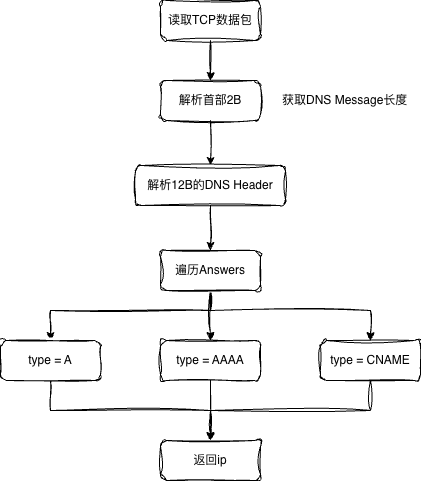
Earlier version of the draw.io export source/_posts/DNSResolver/parse_dns_resp.png (theo1893/theo1893.github.io). Source tidied: cells renumbered, new cells last; positions are measured from the earlier drawing's top-left corner, leaving out a move shared by most shapes.
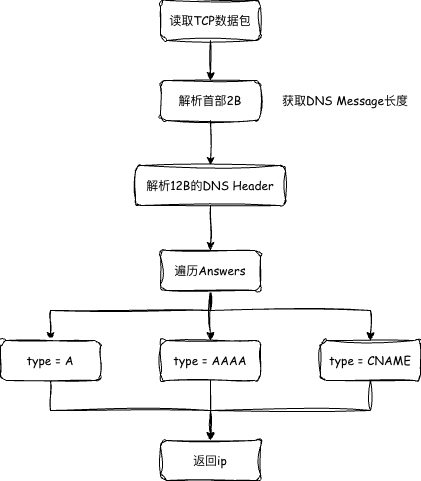
The same diagram one commit later.

Change to the diagram source:
```diff
@@ -2,28 +2,28 @@
   <root>
     <mxCell id="0" />
     <mxCell id="1" parent="0" />
-    <mxCell id="2" value="读取TCP数据包" style="rounded=1;whiteSpace=wrap;html=1;sketch=1;curveFitting=1;jiggle=2;" parent="1" vertex="1">
+    <mxCell id="2" value="读取TCP数据包" style="rounded=1;whiteSpace=wrap;html=1;sketch=1;curveFitting=1;jiggle=2;fontFamily=Comic Sans MS;" parent="1" vertex="1">
       <mxGeometry x="160" width="100" height="40" as="geometry" />
     </mxCell>
-    <mxCell id="3" value="解析首部2B" style="rounded=1;whiteSpace=wrap;html=1;sketch=1;curveFitting=1;jiggle=2;" parent="1" vertex="1">
+    <mxCell id="3" value="解析首部2B" style="rounded=1;whiteSpace=wrap;html=1;sketch=1;curveFitting=1;jiggle=2;fontFamily=Comic Sans MS;" parent="1" vertex="1">
       <mxGeometry x="160" y="80" width="100" height="40" as="geometry" />
     </mxCell>
-    <mxCell id="4" value="获取DNS Message长度" style="text;html=1;whiteSpace=wrap;strokeColor=none;fillColor=none;align=left;verticalAlign=middle;rounded=0;fontFamily=Helvetica;fontSize=12;fontColor=default;labelBackgroundColor=default;" parent="1" vertex="1">
+    <mxCell id="4" value="获取DNS Message长度" style="text;html=1;whiteSpace=wrap;strokeColor=none;fillColor=none;align=left;verticalAlign=middle;rounded=0;fontFamily=Comic Sans MS;fontSize=12;fontColor=default;labelBackgroundColor=default;" parent="1" vertex="1">
       <mxGeometry x="280" y="85" width="140" height="30" as="geometry" />
     </mxCell>
-    <mxCell id="5" style="edgeStyle=orthogonalEdgeStyle;shape=connector;rounded=0;sketch=1;jiggle=2;curveFitting=1;jettySize=auto;html=1;strokeColor=default;align=center;verticalAlign=middle;fontFamily=Helvetica;fontSize=12;fontColor=default;labelBackgroundColor=default;endArrow=classic;" parent="1" edge="1" source="6" target="12">
+    <mxCell id="5" style="edgeStyle=orthogonalEdgeStyle;shape=connector;rounded=0;sketch=1;jiggle=2;curveFitting=1;jettySize=auto;html=1;strokeColor=default;align=center;verticalAlign=middle;fontFamily=Comic Sans MS;fontSize=12;fontColor=default;labelBackgroundColor=default;endArrow=classic;" parent="1" edge="1" source="6" target="12">
       <mxGeometry relative="1" as="geometry" />
     </mxCell>
-    <mxCell id="6" value="解析12B的DNS Header" style="rounded=1;whiteSpace=wrap;html=1;sketch=1;curveFitting=1;jiggle=2;" parent="1" vertex="1">
+    <mxCell id="6" value="解析12B的DNS Header" style="rounded=1;whiteSpace=wrap;html=1;sketch=1;curveFitting=1;jiggle=2;fontFamily=Comic Sans MS;" parent="1" vertex="1">
       <mxGeometry x="135" y="165" width="150" height="40" as="geometry" />
     </mxCell>
-    <mxCell id="7" style="edgeStyle=orthogonalEdgeStyle;shape=connector;rounded=0;sketch=1;jiggle=2;curveFitting=1;jettySize=auto;html=1;strokeColor=default;align=center;verticalAlign=middle;fontFamily=Helvetica;fontSize=12;fontColor=default;labelBackgroundColor=default;endArrow=classic;" parent="1" edge="1" source="2" target="3">
+    <mxCell id="7" style="edgeStyle=orthogonalEdgeStyle;shape=connector;rounded=0;sketch=1;jiggle=2;curveFitting=1;jettySize=auto;html=1;strokeColor=default;align=center;verticalAlign=middle;fontFamily=Comic Sans MS;fontSize=12;fontColor=default;labelBackgroundColor=default;endArrow=classic;" parent="1" edge="1" source="2" target="3">
       <mxGeometry relative="1" as="geometry" />
     </mxCell>
-    <mxCell id="8" style="edgeStyle=orthogonalEdgeStyle;shape=connector;rounded=0;sketch=1;jiggle=2;curveFitting=1;jettySize=auto;html=1;strokeColor=default;align=center;verticalAlign=middle;fontFamily=Helvetica;fontSize=12;fontColor=default;labelBackgroundColor=default;endArrow=classic;" parent="1" edge="1" source="3" target="6">
+    <mxCell id="8" style="edgeStyle=orthogonalEdgeStyle;shape=connector;rounded=0;sketch=1;jiggle=2;curveFitting=1;jettySize=auto;html=1;strokeColor=default;align=center;verticalAlign=middle;fontFamily=Comic Sans MS;fontSize=12;fontColor=default;labelBackgroundColor=default;endArrow=classic;" parent="1" edge="1" source="3" target="6">
       <mxGeometry relative="1" as="geometry" />
     </mxCell>
-    <mxCell id="9" style="edgeStyle=orthogonalEdgeStyle;shape=connector;rounded=0;sketch=1;jiggle=2;curveFitting=1;jettySize=auto;html=1;strokeColor=default;align=center;verticalAlign=middle;fontFamily=Helvetica;fontSize=12;fontColor=default;labelBackgroundColor=default;endArrow=classic;" parent="1" edge="1" source="12" target="14">
+    <mxCell id="9" style="edgeStyle=orthogonalEdgeStyle;shape=connector;rounded=0;sketch=1;jiggle=2;curveFitting=1;jettySize=auto;html=1;strokeColor=default;align=center;verticalAlign=middle;fontFamily=Comic Sans MS;fontSize=12;fontColor=default;labelBackgroundColor=default;endArrow=classic;" parent="1" edge="1" source="12" target="14">
       <mxGeometry relative="1" as="geometry">
         <Array as="points">
           <mxPoint x="210" y="310" />
@@ -31,10 +31,10 @@
         </Array>
       </mxGeometry>
     </mxCell>
-    <mxCell id="10" style="edgeStyle=orthogonalEdgeStyle;shape=connector;rounded=0;sketch=1;jiggle=2;curveFitting=1;jettySize=auto;html=1;entryX=0.5;entryY=0;entryDx=0;entryDy=0;strokeColor=default;align=center;verticalAlign=middle;fontFamily=Helvetica;fontSize=12;fontColor=default;labelBackgroundColor=default;endArrow=classic;" parent="1" edge="1" source="12" target="16">
+    <mxCell id="10" style="edgeStyle=orthogonalEdgeStyle;shape=connector;rounded=0;sketch=1;jiggle=2;curveFitting=1;jettySize=auto;html=1;entryX=0.5;entryY=0;entryDx=0;entryDy=0;strokeColor=default;align=center;verticalAlign=middle;fontFamily=Comic Sans MS;fontSize=12;fontColor=default;labelBackgroundColor=default;endArrow=classic;" parent="1" edge="1" source="12" target="16">
       <mxGeometry relative="1" as="geometry" />
     </mxCell>
-    <mxCell id="11" style="edgeStyle=orthogonalEdgeStyle;shape=connector;rounded=0;sketch=1;jiggle=2;curveFitting=1;jettySize=auto;html=1;strokeColor=default;align=center;verticalAlign=middle;fontFamily=Helvetica;fontSize=12;fontColor=default;labelBackgroundColor=default;endArrow=classic;" parent="1" edge="1" source="12" target="18">
+    <mxCell id="11" style="edgeStyle=orthogonalEdgeStyle;shape=connector;rounded=0;sketch=1;jiggle=2;curveFitting=1;jettySize=auto;html=1;strokeColor=default;align=center;verticalAlign=middle;fontFamily=Comic Sans MS;fontSize=12;fontColor=default;labelBackgroundColor=default;endArrow=classic;" parent="1" edge="1" source="12" target="18">
       <mxGeometry relative="1" as="geometry">
         <Array as="points">
           <mxPoint x="210" y="310" />
@@ -42,10 +42,10 @@
         </Array>
       </mxGeometry>
     </mxCell>
-    <mxCell id="12" value="遍历Answers" style="rounded=1;whiteSpace=wrap;html=1;sketch=1;curveFitting=1;jiggle=2;" parent="1" vertex="1">
+    <mxCell id="12" value="遍历Answers" style="rounded=1;whiteSpace=wrap;html=1;sketch=1;curveFitting=1;jiggle=2;fontFamily=Comic Sans MS;" parent="1" vertex="1">
       <mxGeometry x="160" y="250" width="100" height="40" as="geometry" />
     </mxCell>
-    <mxCell id="13" style="edgeStyle=orthogonalEdgeStyle;shape=connector;rounded=0;sketch=1;jiggle=2;curveFitting=1;jettySize=auto;html=1;strokeColor=default;align=center;verticalAlign=middle;fontFamily=Helvetica;fontSize=12;fontColor=default;labelBackgroundColor=default;endArrow=classic;" parent="1" edge="1" source="14" target="19">
+    <mxCell id="13" style="edgeStyle=orthogonalEdgeStyle;shape=connector;rounded=0;sketch=1;jiggle=2;curveFitting=1;jettySize=auto;html=1;strokeColor=default;align=center;verticalAlign=middle;fontFamily=Comic Sans MS;fontSize=12;fontColor=default;labelBackgroundColor=default;endArrow=classic;" parent="1" edge="1" source="14" target="19">
       <mxGeometry relative="1" as="geometry">
         <Array as="points">
           <mxPoint x="50" y="410" />
@@ -53,16 +53,16 @@
         </Array>
       </mxGeometry>
     </mxCell>
-    <mxCell id="14" value="type = A" style="rounded=1;whiteSpace=wrap;html=1;sketch=1;curveFitting=1;jiggle=2;" parent="1" vertex="1">
+    <mxCell id="14" value="type = A" style="rounded=1;whiteSpace=wrap;html=1;sketch=1;curveFitting=1;jiggle=2;fontFamily=Comic Sans MS;" parent="1" vertex="1">
       <mxGeometry y="340" width="100" height="40" as="geometry" />
     </mxCell>
-    <mxCell id="15" style="edgeStyle=orthogonalEdgeStyle;shape=connector;rounded=0;sketch=1;jiggle=2;curveFitting=1;jettySize=auto;html=1;strokeColor=default;align=center;verticalAlign=middle;fontFamily=Helvetica;fontSize=12;fontColor=default;labelBackgroundColor=default;endArrow=classic;" parent="1" edge="1" source="16" target="19">
+    <mxCell id="15" style="edgeStyle=orthogonalEdgeStyle;shape=connector;rounded=0;sketch=1;jiggle=2;curveFitting=1;jettySize=auto;html=1;strokeColor=default;align=center;verticalAlign=middle;fontFamily=Comic Sans MS;fontSize=12;fontColor=default;labelBackgroundColor=default;endArrow=classic;" parent="1" edge="1" source="16" target="19">
       <mxGeometry relative="1" as="geometry" />
     </mxCell>
-    <mxCell id="16" value="type = AAAA" style="rounded=1;whiteSpace=wrap;html=1;sketch=1;curveFitting=1;jiggle=2;" parent="1" vertex="1">
+    <mxCell id="16" value="type = AAAA" style="rounded=1;whiteSpace=wrap;html=1;sketch=1;curveFitting=1;jiggle=2;fontFamily=Comic Sans MS;" parent="1" vertex="1">
       <mxGeometry x="160" y="340" width="100" height="40" as="geometry" />
     </mxCell>
-    <mxCell id="17" style="edgeStyle=orthogonalEdgeStyle;shape=connector;rounded=0;sketch=1;jiggle=2;curveFitting=1;jettySize=auto;html=1;strokeColor=default;align=center;verticalAlign=middle;fontFamily=Helvetica;fontSize=12;fontColor=default;labelBackgroundColor=default;endArrow=classic;" parent="1" edge="1" source="18" target="19">
+    <mxCell id="17" style="edgeStyle=orthogonalEdgeStyle;shape=connector;rounded=0;sketch=1;jiggle=2;curveFitting=1;jettySize=auto;html=1;strokeColor=default;align=center;verticalAlign=middle;fontFamily=Comic Sans MS;fontSize=12;fontColor=default;labelBackgroundColor=default;endArrow=classic;" parent="1" edge="1" source="18" target="19">
       <mxGeometry relative="1" as="geometry">
         <Array as="points">
           <mxPoint x="370" y="410" />
@@ -70,10 +70,10 @@
         </Array>
       </mxGeometry>
     </mxCell>
-    <mxCell id="18" value="type = CNAME" style="rounded=1;whiteSpace=wrap;html=1;sketch=1;curveFitting=1;jiggle=2;" parent="1" vertex="1">
+    <mxCell id="18" value="type = CNAME" style="rounded=1;whiteSpace=wrap;html=1;sketch=1;curveFitting=1;jiggle=2;fontFamily=Comic Sans MS;" parent="1" vertex="1">
       <mxGeometry x="320" y="340" width="100" height="40" as="geometry" />
     </mxCell>
-    <mxCell id="19" value="返回ip" style="rounded=1;whiteSpace=wrap;html=1;sketch=1;curveFitting=1;jiggle=2;" parent="1" vertex="1">
+    <mxCell id="19" value="返回ip" style="rounded=1;whiteSpace=wrap;html=1;sketch=1;curveFitting=1;jiggle=2;fontFamily=Comic Sans MS;" parent="1" vertex="1">
       <mxGeometry x="160" y="440" width="100" height="40" as="geometry" />
     </mxCell>
   </root>
```
